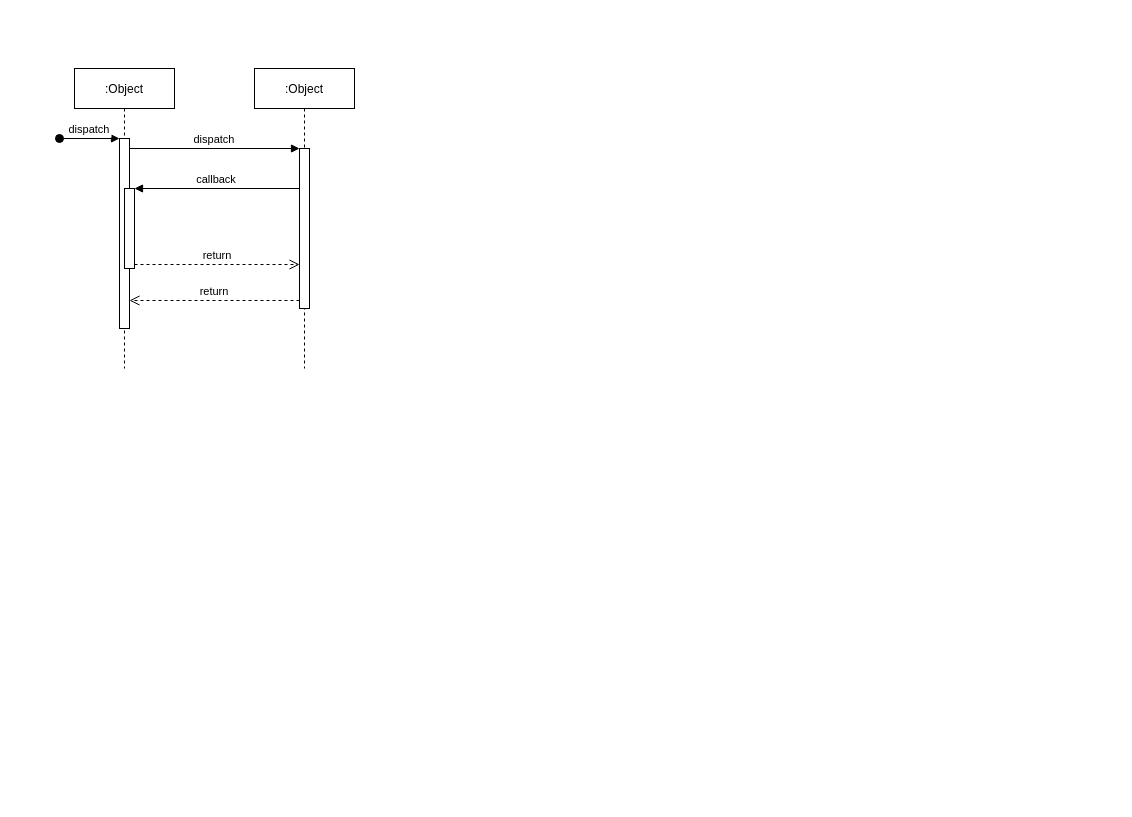
Above: Untitled Diagram.drawio in krishnanandsivaraj/algorithms (draw.io), before the change. Source tidied: cells renumbered, new cells numbered last; positions are measured from the earlier drawing's top-left corner, leaving out a move shared by most shapes. Both pictures are drawn from the tidied source at 100%, with x=0, y=0 at pixel (59, 68).
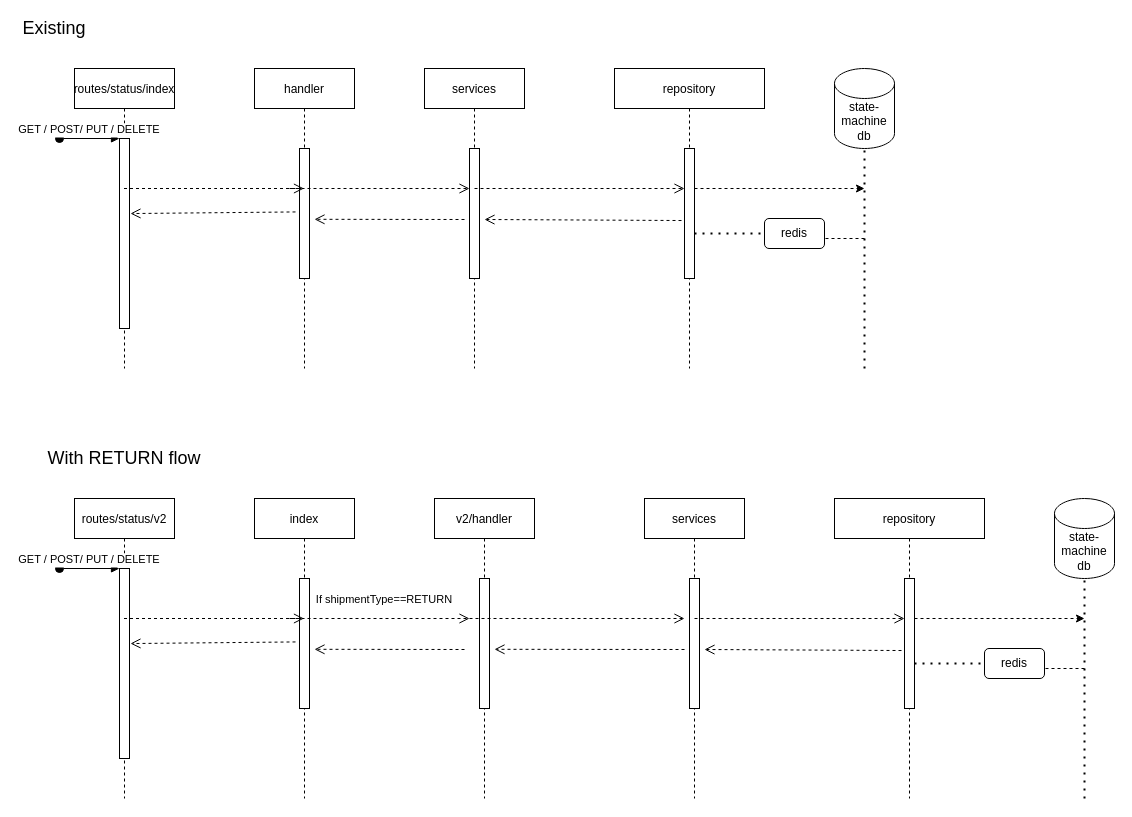
Above is the later version.

The change refers to these unchanged cells:
```xml
<mxCell id="3" style="points=[];perimeter=orthogonalPerimeter;rounded=0;shadow=0;strokeWidth=1;" parent="2" vertex="1">
  <mxGeometry x="45" y="70" width="10" height="190" as="geometry" />
</mxCell>
```

What changed in the source:
```diff
@@
-    <mxCell id="2" value=":Object" style="shape=umlLifeline;perimeter=lifelinePerimeter;rounded=0;shadow=0;strokeWidth=1;" parent="1" vertex="1">
+    <mxCell id="2" value="routes/status/index" style="shape=umlLifeline;perimeter=lifelinePerimeter;rounded=0;shadow=0;strokeWidth=1;" parent="1" vertex="1">
       <mxGeometry x="15" width="100" height="300" as="geometry" />
     </mxCell>
@@
-    <mxCell id="4" value="dispatch" style="verticalAlign=bottom;startArrow=oval;endArrow=block;startSize=8;shadow=0;strokeWidth=1;" parent="2" edge="1" target="3">
+    <mxCell id="4" value="GET / POST/ PUT / DELETE" style="verticalAlign=bottom;startArrow=oval;endArrow=block;startSize=8;shadow=0;strokeWidth=1;" parent="2" edge="1" target="3">
       <mxGeometry relative="1" as="geometry">
         <mxPoint x="-15" y="70" as="sourcePoint" />
       </mxGeometry>
     </mxCell>
-    <mxCell id="5" style="points=[];perimeter=orthogonalPerimeter;rounded=0;shadow=0;strokeWidth=1;" parent="2" vertex="1">
-      <mxGeometry x="50" y="120" width="10" height="80" as="geometry" />
-    </mxCell>
-    <mxCell id="6" value=":Object" style="shape=umlLifeline;perimeter=lifelinePerimeter;rounded=0;shadow=0;strokeWidth=1;" parent="1" vertex="1">
+    <mxCell id="6" value="handler" style="shape=umlLifeline;perimeter=lifelinePerimeter;rounded=0;shadow=0;strokeWidth=1;" parent="1" vertex="1">
       <mxGeometry x="195" width="100" height="300" as="geometry" />
     </mxCell>
     <mxCell id="7" style="points=[];perimeter=orthogonalPerimeter;rounded=0;shadow=0;strokeWidth=1;" parent="6" vertex="1">
-      <mxGeometry x="45" y="80" width="10" height="160" as="geometry" />
+      <mxGeometry x="45" y="80" width="10" height="130" as="geometry" />
     </mxCell>
-    <mxCell id="8" value="return" style="verticalAlign=bottom;endArrow=open;dashed=1;endSize=8;exitX=0;exitY=0.95;shadow=0;strokeWidth=1;" parent="1" edge="1" source="7" target="3">
-      <mxGeometry relative="1" as="geometry" />
+    <mxCell id="8" style="verticalAlign=bottom;endArrow=open;dashed=1;endSize=8;exitX=-0.4;exitY=0.488;shadow=0;strokeWidth=1;exitDx=0;exitDy=0;exitPerimeter=0;entryX=1.1;entryY=0.395;entryDx=0;entryDy=0;entryPerimeter=0;" parent="1" edge="1" source="7" target="3">
+      <mxGeometry x="-0.12" y="-67" relative="1" as="geometry" />
     </mxCell>
-    <mxCell id="9" value="dispatch" style="verticalAlign=bottom;endArrow=block;entryX=0;entryY=0;shadow=0;strokeWidth=1;" parent="1" edge="1" source="3" target="7">
-      <mxGeometry relative="1" as="geometry" />
-    </mxCell>
-    <mxCell id="10" value="callback" style="verticalAlign=bottom;endArrow=block;entryX=1;entryY=0;shadow=0;strokeWidth=1;" parent="1" edge="1" source="7" target="5">
-      <mxGeometry relative="1" as="geometry" />
-    </mxCell>
-    <mxCell id="11" value="return" style="verticalAlign=bottom;endArrow=open;dashed=1;endSize=8;exitX=1;exitY=0.95;shadow=0;strokeWidth=1;" parent="1" edge="1" source="5" target="7">
-      <mxGeometry relative="1" as="geometry" />
-    </mxCell>
+    <mxCell id="12" style="verticalAlign=bottom;endArrow=open;dashed=1;endSize=8;shadow=0;strokeWidth=1;" parent="1" edge="1" source="2" target="6">
+      <mxGeometry relative="1" as="geometry">
+        <Array as="points">
+          <mxPoint x="145" y="120" />
+        </Array>
+      </mxGeometry>
+    </mxCell>
+    <mxCell id="13" value="services" style="shape=umlLifeline;perimeter=lifelinePerimeter;rounded=0;shadow=0;strokeWidth=1;" parent="1" vertex="1">
+      <mxGeometry x="365" width="100" height="300" as="geometry" />
+    </mxCell>
+    <mxCell id="14" style="perimeter=orthogonalPerimeter;rounded=0;shadow=0;strokeWidth=1;" parent="13" vertex="1">
+      <mxGeometry x="45" y="80" width="10" height="130" as="geometry" />
+    </mxCell>
+    <mxCell id="15" value="repository" style="shape=umlLifeline;perimeter=lifelinePerimeter;rounded=0;shadow=0;strokeWidth=1;" parent="1" vertex="1">
+      <mxGeometry x="555" width="150" height="300" as="geometry" />
+    </mxCell>
+    <mxCell id="16" style="points=[];perimeter=orthogonalPerimeter;rounded=0;shadow=0;strokeWidth=1;" parent="15" vertex="1">
+      <mxGeometry x="70" y="80" width="10" height="130" as="geometry" />
+    </mxCell>
+    <mxCell id="17" value="state-machine db" style="shape=cylinder3;whiteSpace=wrap;html=1;boundedLbl=1;backgroundOutline=1;size=15;" parent="1" vertex="1">
+      <mxGeometry x="775" width="60" height="80" as="geometry" />
+    </mxCell>
+    <mxCell id="18" style="verticalAlign=bottom;endArrow=open;dashed=1;endSize=8;shadow=0;strokeWidth=1;" parent="1" edge="1">
+      <mxGeometry relative="1" as="geometry">
+        <mxPoint x="230" y="120" as="sourcePoint" />
+        <mxPoint x="410" y="120" as="targetPoint" />
+        <Array as="points">
+          <mxPoint x="310.5" y="120" />
+        </Array>
+      </mxGeometry>
+    </mxCell>
+    <mxCell id="19" style="verticalAlign=bottom;endArrow=open;dashed=1;endSize=8;shadow=0;strokeWidth=1;" parent="1" edge="1">
+      <mxGeometry relative="1" as="geometry">
+        <mxPoint x="415" y="120" as="sourcePoint" />
+        <mxPoint x="625" y="120" as="targetPoint" />
+        <Array as="points">
+          <mxPoint x="495.5" y="120" />
+        </Array>
+      </mxGeometry>
+    </mxCell>
+    <mxCell id="20" style="verticalAlign=bottom;endArrow=open;dashed=1;endSize=8;shadow=0;strokeWidth=1;entryX=1.1;entryY=0.395;entryDx=0;entryDy=0;entryPerimeter=0;" parent="1" edge="1">
+      <mxGeometry x="-0.12" y="-67" relative="1" as="geometry">
+        <mxPoint x="405" y="151" as="sourcePoint" />
+        <mxPoint x="255" y="150.8" as="targetPoint" />
+      </mxGeometry>
+    </mxCell>
+    <mxCell id="21" style="verticalAlign=bottom;endArrow=open;dashed=1;endSize=8;exitX=-0.3;exitY=0.554;shadow=0;strokeWidth=1;exitDx=0;exitDy=0;exitPerimeter=0;" parent="1" edge="1" source="16">
+      <mxGeometry x="-0.12" y="-67" relative="1" as="geometry">
+        <mxPoint x="425" y="151" as="targetPoint" />
+      </mxGeometry>
+    </mxCell>
+    <mxCell id="22" style="endArrow=none;dashed=1;html=1;dashPattern=1 3;strokeWidth=2;entryX=0.5;entryY=1;entryDx=0;entryDy=0;entryPerimeter=0;" parent="1" edge="1" target="17">
+      <mxGeometry relative="1" as="geometry">
+        <mxPoint x="805" y="300" as="sourcePoint" />
+      </mxGeometry>
+    </mxCell>
+    <mxCell id="23" style="endArrow=classic;html=1;dashed=1;" parent="1" edge="1">
+      <mxGeometry relative="1" as="geometry">
+        <mxPoint x="635" y="120" as="sourcePoint" />
+        <mxPoint x="805" y="120" as="targetPoint" />
+      </mxGeometry>
+    </mxCell>
+    <mxCell id="24" style="verticalAlign=bottom;endArrow=none;dashed=1;endSize=8;shadow=0;strokeWidth=1;" parent="1" edge="1">
+      <mxGeometry x="-0.12" y="-67" relative="1" as="geometry">
+        <mxPoint x="805" y="170" as="sourcePoint" />
+        <mxPoint x="755" y="170" as="targetPoint" />
+      </mxGeometry>
+    </mxCell>
+    <mxCell id="25" value="redis" style="rounded=1;whiteSpace=wrap;html=1;" parent="1" vertex="1">
+      <mxGeometry x="705" y="150" width="60" height="30" as="geometry" />
+    </mxCell>
+    <mxCell id="26" style="endArrow=none;dashed=1;html=1;dashPattern=1 3;strokeWidth=2;entryX=0;entryY=0.5;entryDx=0;entryDy=0;" parent="1" edge="1" source="16" target="25">
+      <mxGeometry relative="1" as="geometry" />
+    </mxCell>
+    <mxCell id="27" value="&lt;font style=&quot;font-size: 18px&quot;&gt;Existing&lt;/font&gt;" style="text;html=1;strokeColor=none;fillColor=none;align=center;verticalAlign=middle;whiteSpace=wrap;rounded=0;" parent="1" vertex="1">
+      <mxGeometry x="-25" y="-50" width="40" height="20" as="geometry" />
+    </mxCell>
+    <mxCell id="28" value="&lt;font style=&quot;font-size: 18px&quot;&gt;With RETURN flow&lt;/font&gt;" style="text;html=1;strokeColor=none;fillColor=none;align=center;verticalAlign=middle;whiteSpace=wrap;rounded=0;" parent="1" vertex="1">
+      <mxGeometry x="-25" y="380" width="180" height="20" as="geometry" />
+    </mxCell>
+    <mxCell id="29" value="routes/status/v2" style="shape=umlLifeline;perimeter=lifelinePerimeter;rounded=0;shadow=0;strokeWidth=1;" parent="1" vertex="1">
+      <mxGeometry x="15" y="430" width="100" height="300" as="geometry" />
+    </mxCell>
+    <mxCell id="30" style="points=[];perimeter=orthogonalPerimeter;rounded=0;shadow=0;strokeWidth=1;" parent="29" vertex="1">
+      <mxGeometry x="45" y="70" width="10" height="190" as="geometry" />
+    </mxCell>
+    <mxCell id="31" value="GET / POST/ PUT / DELETE" style="verticalAlign=bottom;startArrow=oval;endArrow=block;startSize=8;shadow=0;strokeWidth=1;" parent="29" edge="1" target="30">
+      <mxGeometry relative="1" as="geometry">
+        <mxPoint x="-15" y="70" as="sourcePoint" />
+      </mxGeometry>
+    </mxCell>
+    <mxCell id="32" value="index" style="shape=umlLifeline;perimeter=lifelinePerimeter;rounded=0;shadow=0;strokeWidth=1;" parent="1" vertex="1">
+      <mxGeometry x="195" y="430" width="100" height="300" as="geometry" />
+    </mxCell>
+    <mxCell id="33" style="points=[];perimeter=orthogonalPerimeter;rounded=0;shadow=0;strokeWidth=1;" parent="32" vertex="1">
+      <mxGeometry x="45" y="80" width="10" height="130" as="geometry" />
+    </mxCell>
+    <mxCell id="34" style="verticalAlign=bottom;endArrow=open;dashed=1;endSize=8;exitX=-0.4;exitY=0.488;shadow=0;strokeWidth=1;exitDx=0;exitDy=0;exitPerimeter=0;entryX=1.1;entryY=0.395;entryDx=0;entryDy=0;entryPerimeter=0;" parent="1" edge="1" source="33" target="30">
+      <mxGeometry x="-0.12" y="-67" relative="1" as="geometry" />
+    </mxCell>
+    <mxCell id="35" style="verticalAlign=bottom;endArrow=open;dashed=1;endSize=8;shadow=0;strokeWidth=1;" parent="1" edge="1" source="29" target="32">
+      <mxGeometry relative="1" as="geometry">
+        <Array as="points">
+          <mxPoint x="145" y="550" />
+        </Array>
+      </mxGeometry>
+    </mxCell>
+    <mxCell id="36" value="services" style="shape=umlLifeline;perimeter=lifelinePerimeter;rounded=0;shadow=0;strokeWidth=1;" parent="1" vertex="1">
+      <mxGeometry x="585" y="430" width="100" height="300" as="geometry" />
+    </mxCell>
+    <mxCell id="37" style="perimeter=orthogonalPerimeter;rounded=0;shadow=0;strokeWidth=1;" parent="36" vertex="1">
+      <mxGeometry x="45" y="80" width="10" height="130" as="geometry" />
+    </mxCell>
+    <mxCell id="38" value="repository" style="shape=umlLifeline;perimeter=lifelinePerimeter;rounded=0;shadow=0;strokeWidth=1;" parent="1" vertex="1">
+      <mxGeometry x="775" y="430" width="150" height="300" as="geometry" />
+    </mxCell>
+    <mxCell id="39" style="points=[];perimeter=orthogonalPerimeter;rounded=0;shadow=0;strokeWidth=1;" parent="38" vertex="1">
+      <mxGeometry x="70" y="80" width="10" height="130" as="geometry" />
+    </mxCell>
+    <mxCell id="40" value="state-machine db" style="shape=cylinder3;whiteSpace=wrap;html=1;boundedLbl=1;backgroundOutline=1;size=15;" parent="1" vertex="1">
+      <mxGeometry x="995" y="430" width="60" height="80" as="geometry" />
+    </mxCell>
+    <mxCell id="41" value="If shipmentType==RETURN" style="verticalAlign=bottom;endArrow=open;dashed=1;endSize=8;shadow=0;strokeWidth=1;" parent="1" edge="1">
+      <mxGeometry x="0.06" y="10" relative="1" as="geometry">
+        <mxPoint x="230" y="550" as="sourcePoint" />
+        <mxPoint x="410" y="550" as="targetPoint" />
+      </mxGeometry>
+    </mxCell>
+    <mxCell id="42" style="verticalAlign=bottom;endArrow=open;dashed=1;endSize=8;shadow=0;strokeWidth=1;" parent="1" edge="1">
+      <mxGeometry relative="1" as="geometry">
+        <mxPoint x="635" y="550" as="sourcePoint" />
+        <mxPoint x="845" y="550" as="targetPoint" />
+        <Array as="points">
+          <mxPoint x="715.5" y="550" />
+        </Array>
+      </mxGeometry>
+    </mxCell>
+    <mxCell id="43" style="verticalAlign=bottom;endArrow=open;dashed=1;endSize=8;shadow=0;strokeWidth=1;entryX=1.1;entryY=0.395;entryDx=0;entryDy=0;entryPerimeter=0;" parent="1" edge="1">
+      <mxGeometry x="-0.12" y="-67" relative="1" as="geometry">
+        <mxPoint x="405" y="581" as="sourcePoint" />
+        <mxPoint x="255" y="580.8" as="targetPoint" />
+      </mxGeometry>
+    </mxCell>
+    <mxCell id="44" style="verticalAlign=bottom;endArrow=open;dashed=1;endSize=8;exitX=-0.3;exitY=0.554;shadow=0;strokeWidth=1;exitDx=0;exitDy=0;exitPerimeter=0;" parent="1" edge="1" source="39">
+      <mxGeometry x="-0.12" y="-67" relative="1" as="geometry">
+        <mxPoint x="645" y="581" as="targetPoint" />
+      </mxGeometry>
+    </mxCell>
+    <mxCell id="45" style="endArrow=none;dashed=1;html=1;dashPattern=1 3;strokeWidth=2;entryX=0.5;entryY=1;entryDx=0;entryDy=0;entryPerimeter=0;" parent="1" edge="1" target="40">
+      <mxGeometry relative="1" as="geometry">
+        <mxPoint x="1025" y="730" as="sourcePoint" />
+      </mxGeometry>
+    </mxCell>
+    <mxCell id="46" style="endArrow=classic;html=1;dashed=1;" parent="1" edge="1">
+      <mxGeometry relative="1" as="geometry">
+        <mxPoint x="855" y="550" as="sourcePoint" />
+        <mxPoint x="1025" y="550" as="targetPoint" />
+      </mxGeometry>
+    </mxCell>
+    <mxCell id="47" style="verticalAlign=bottom;endArrow=none;dashed=1;endSize=8;shadow=0;strokeWidth=1;" parent="1" edge="1">
+      <mxGeometry x="-0.12" y="-67" relative="1" as="geometry">
+        <mxPoint x="1025" y="600" as="sourcePoint" />
+        <mxPoint x="975" y="600" as="targetPoint" />
+      </mxGeometry>
+    </mxCell>
+    <mxCell id="48" value="redis" style="rounded=1;whiteSpace=wrap;html=1;" parent="1" vertex="1">
+      <mxGeometry x="925" y="580" width="60" height="30" as="geometry" />
+    </mxCell>
+    <mxCell id="49" style="endArrow=none;dashed=1;html=1;dashPattern=1 3;strokeWidth=2;entryX=0;entryY=0.5;entryDx=0;entryDy=0;" parent="1" edge="1" source="39" target="48">
+      <mxGeometry relative="1" as="geometry" />
+    </mxCell>
+    <mxCell id="50" value="v2/handler" style="shape=umlLifeline;perimeter=lifelinePerimeter;rounded=0;shadow=0;strokeWidth=1;" parent="1" vertex="1">
+      <mxGeometry x="375" y="430" width="100" height="300" as="geometry" />
+    </mxCell>
+    <mxCell id="51" style="perimeter=orthogonalPerimeter;rounded=0;shadow=0;strokeWidth=1;" parent="50" vertex="1">
+      <mxGeometry x="45" y="80" width="10" height="130" as="geometry" />
+    </mxCell>
+    <mxCell id="52" style="verticalAlign=bottom;endArrow=open;dashed=1;endSize=8;shadow=0;strokeWidth=1;" parent="1" edge="1">
+      <mxGeometry relative="1" as="geometry">
+        <mxPoint x="410" y="550" as="sourcePoint" />
+        <mxPoint x="625" y="550" as="targetPoint" />
+        <Array as="points">
+          <mxPoint x="490.5" y="550" />
+        </Array>
+      </mxGeometry>
+    </mxCell>
+    <mxCell id="53" style="verticalAlign=bottom;endArrow=open;dashed=1;endSize=8;shadow=0;strokeWidth=1;entryX=1.1;entryY=0.395;entryDx=0;entryDy=0;entryPerimeter=0;" parent="1" edge="1">
+      <mxGeometry x="-0.12" y="-67" relative="1" as="geometry">
+        <mxPoint x="625" y="581" as="sourcePoint" />
+        <mxPoint x="435" y="580.8" as="targetPoint" />
+      </mxGeometry>
+    </mxCell>
```
